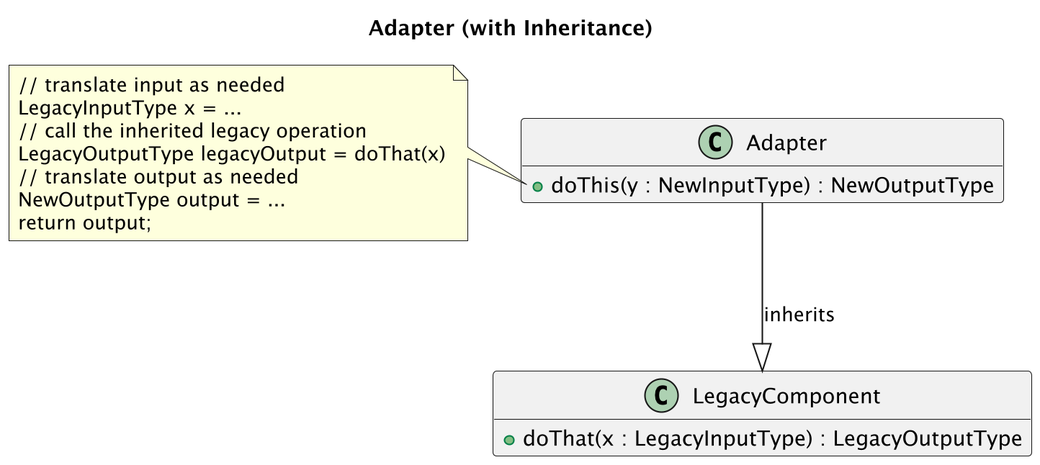
CSC207-UofT/207-course-notes keeps this PlantUML diagram as images/adapter-inheritance.png. Above is the earlier version.
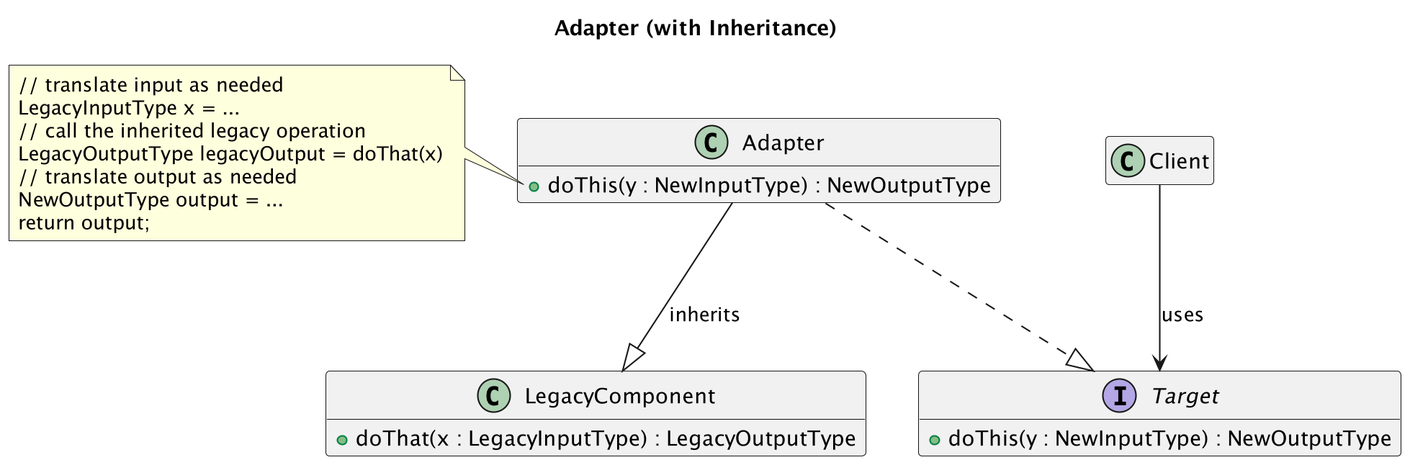
After the commit.

Commit message:
clean up pass on the design pattern and refactoring chapters; removing dead links; polishing text and diagrams

What changed in the source:
```diff
@@ -2,6 +2,12 @@
 skinparam dpi 200
 hide empty members
 title Adapter (with Inheritance)
+
+class Client
+
+interface Target {
+  +doThis(y : NewInputType) : NewOutputType
+}
 
 class Adapter {
   +doThis(y : NewInputType) : NewOutputType
@@ -10,6 +16,8 @@
   +doThat(x : LegacyInputType) : LegacyOutputType
 }
 
+Client --> Target : uses
+Adapter ..|> Target
 Adapter --|> LegacyComponent : inherits
 
 note left of Adapter::doThis
```
